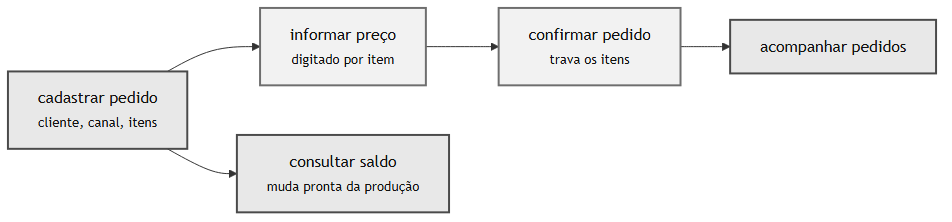
Before: docs/rotinas/img/mapa-3-comercial.png, a diagram exported from Mermaid (JoaoMudar/tcc). Its source is kept beside it as docs/rotinas/img/mapa-3-comercial.mmd.
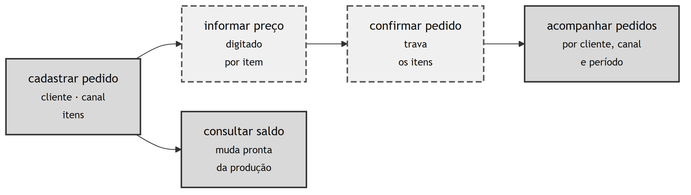
Above is the later version.

The edit, as a diff of the source:
```diff
@@ -1,19 +1,19 @@
+%%{init: {'flowchart': {'rankSpacing': 55, 'nodeSpacing': 40, 'curve': 'basis'}}}%%
 flowchart LR
-  CR["cadastrar pedido<br/><small>cliente, canal, itens</small>"]
-  PC["informar preço<br/><small>digitado por item</small>"]
-  SD["consultar saldo<br/><small>muda pronta da produção</small>"]
-  CO["confirmar pedido<br/><small>trava os itens</small>"]
-  AC["acompanhar pedidos"]
+  CR["cadastrar pedido<br/><small>cliente · canal<br/>itens</small>"]
+  PC["informar preço<br/><small>digitado<br/>por item</small>"]
+  CO["confirmar pedido<br/><small>trava<br/>os itens</small>"]
+  AC["acompanhar pedidos<br/><small>por cliente, canal<br/>e período</small>"]
+  SD["consultar saldo<br/><small>muda pronta<br/>da produção</small>"]
 
   CR --> PC
-  CR --> SD
   PC --> CO
   CO --> AC
+  CR --> SD
 
   classDef ok fill:#dcfce7,stroke:#16a34a,stroke-width:2px,color:#111
   classDef meio fill:#fef3c7,stroke:#d97706,stroke-width:2px,color:#111
   classDef falta fill:#fee2e2,stroke:#dc2626,stroke-width:2px,color:#111
-  classDef grupo fill:#f8fafc,stroke:#cbd5e1,stroke-width:1px,color:#334155
 
   class CR,SD,AC ok
   class PC,CO meio
```
